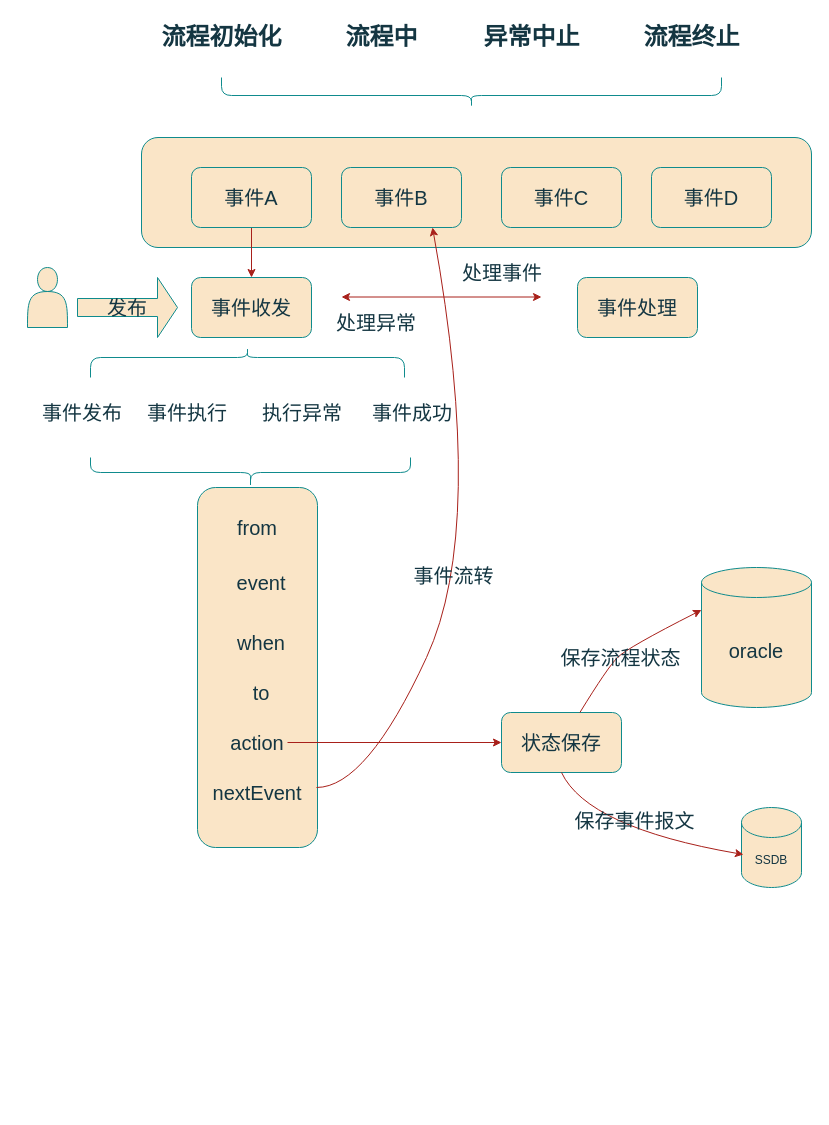
Above: page "状态机流程图" (3 of 4) of 事件总线原理图.drawio in java-zengguang/images (draw.io), before the change. Source tidied: cells renumbered, new cells numbered last; positions are measured from the earlier drawing's top-left corner, leaving out a move shared by most shapes. Both pictures are drawn from the tidied source at 100%, with x=0, y=0 at pixel (27, 17).
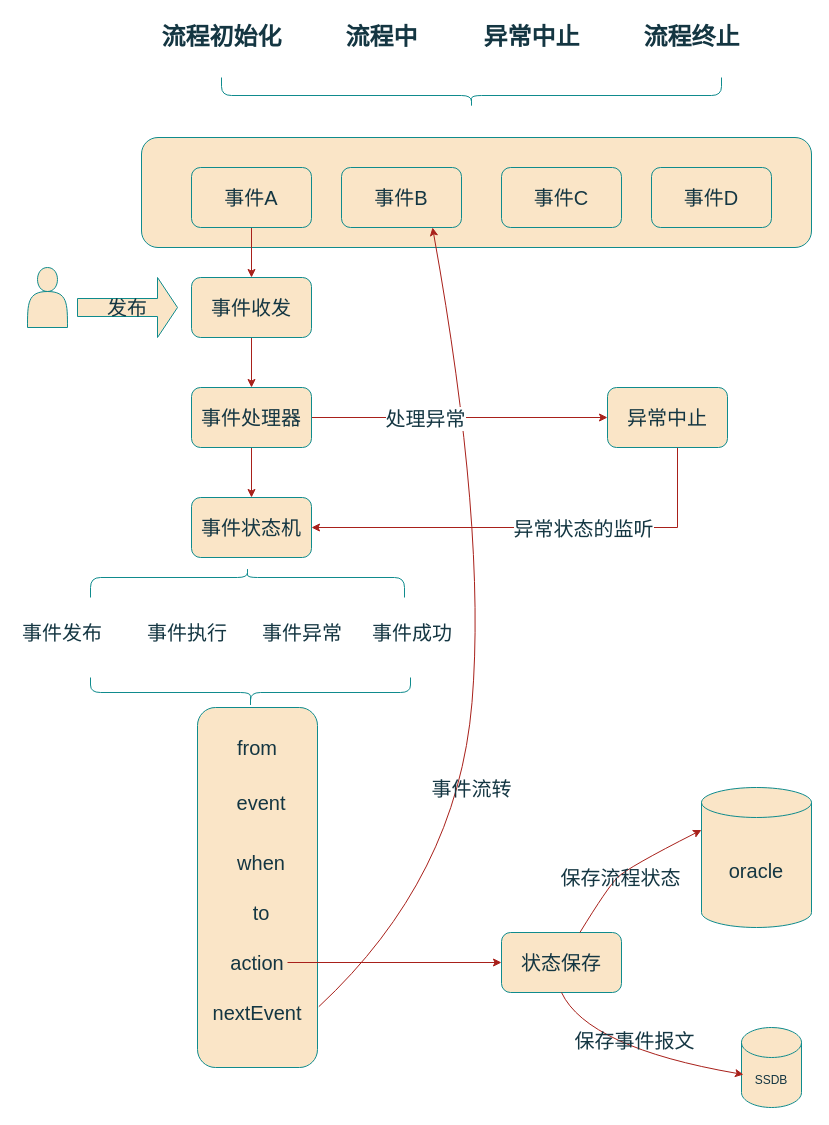
Above is the later version.

Commit message (it also covers changes not shown here):
更新事件总线原理图.drawio

The change refers to these unchanged cells:
```xml
<mxCell id="30" value="&lt;font style=&quot;font-size: 20px;&quot;&gt;事件收发&lt;/font&gt;" style="rounded=1;whiteSpace=wrap;html=1;labelBackgroundColor=none;fillColor=#FAE5C7;strokeColor=#0F8B8D;fontColor=#143642;" parent="1" vertex="1">
  <mxGeometry x="164" y="260" width="120" height="60" as="geometry" />
</mxCell>
```

The edit, as a diff of the source:
```diff
@@
     <mxCell id="13" style="shape=curlyBracket;whiteSpace=wrap;html=1;rounded=1;flipH=1;labelPosition=right;verticalLabelPosition=middle;align=left;verticalAlign=middle;direction=south;size=0.3333333333333333;labelBackgroundColor=none;fillColor=#FAE5C7;strokeColor=#0F8B8D;fontColor=#143642;" parent="1" vertex="1">
-      <mxGeometry x="63" y="330" width="314" height="30" as="geometry" />
+      <mxGeometry x="63" y="550" width="314" height="30" as="geometry" />
     </mxCell>
     <mxCell id="14" value="&lt;font style=&quot;font-size: 20px;&quot;&gt;事件发布&lt;/font&gt;" style="text;html=1;align=center;verticalAlign=middle;whiteSpace=wrap;rounded=0;labelBackgroundColor=none;fontColor=#143642;" parent="1" vertex="1">
-      <mxGeometry x="10" y="380" width="90" height="30" as="geometry" />
+      <mxGeometry x="-10" y="600" width="90" height="30" as="geometry" />
     </mxCell>
     <mxCell id="15" value="&lt;font style=&quot;font-size: 20px;&quot;&gt;事件执行&lt;/font&gt;" style="text;html=1;align=center;verticalAlign=middle;whiteSpace=wrap;rounded=0;labelBackgroundColor=none;fontColor=#143642;" parent="1" vertex="1">
-      <mxGeometry x="115" y="380" width="90" height="30" as="geometry" />
+      <mxGeometry x="115" y="600" width="90" height="30" as="geometry" />
     </mxCell>
-    <mxCell id="16" value="&lt;font style=&quot;font-size: 20px;&quot;&gt;执行异常&lt;/font&gt;" style="text;html=1;align=center;verticalAlign=middle;whiteSpace=wrap;rounded=0;labelBackgroundColor=none;fontColor=#143642;" parent="1" vertex="1">
-      <mxGeometry x="230" y="380" width="90" height="30" as="geometry" />
+    <mxCell id="16" value="&lt;font style=&quot;font-size: 20px;&quot;&gt;事件异常&lt;/font&gt;" style="text;html=1;align=center;verticalAlign=middle;whiteSpace=wrap;rounded=0;labelBackgroundColor=none;fontColor=#143642;" parent="1" vertex="1">
+      <mxGeometry x="230" y="600" width="90" height="30" as="geometry" />
     </mxCell>
     <mxCell id="17" value="&lt;font style=&quot;font-size: 20px;&quot;&gt;事件成功&lt;/font&gt;" style="text;html=1;align=center;verticalAlign=middle;whiteSpace=wrap;rounded=0;labelBackgroundColor=none;fontColor=#143642;" parent="1" vertex="1">
-      <mxGeometry x="340" y="380" width="90" height="30" as="geometry" />
+      <mxGeometry x="340" y="600" width="90" height="30" as="geometry" />
     </mxCell>
-    <mxCell id="18" style="edgeStyle=orthogonalEdgeStyle;rounded=0;orthogonalLoop=1;jettySize=auto;html=1;exitX=0.5;exitY=1;exitDx=0;exitDy=0;labelBackgroundColor=none;strokeColor=#A8201A;fontColor=default;" parent="1" edge="1" source="14" target="14">
-      <mxGeometry relative="1" as="geometry" />
+    <mxCell id="18" style="edgeStyle=orthogonalEdgeStyle;rounded=0;orthogonalLoop=1;jettySize=auto;html=1;exitX=0.5;exitY=1;exitDx=0;exitDy=0;labelBackgroundColor=none;strokeColor=#A8201A;fontColor=default;" parent="1" edge="1">
+      <mxGeometry relative="1" as="geometry">
+        <mxPoint x="55" y="630" as="sourcePoint" />
+        <mxPoint x="55" y="630" as="targetPoint" />
+      </mxGeometry>
     </mxCell>
     <mxCell id="19" style="shape=curlyBracket;whiteSpace=wrap;html=1;rounded=1;flipH=1;labelPosition=right;verticalLabelPosition=middle;align=left;verticalAlign=middle;direction=north;size=0.5;labelBackgroundColor=none;fillColor=#FAE5C7;strokeColor=#0F8B8D;fontColor=#143642;" parent="1" vertex="1">
-      <mxGeometry x="63" y="440" width="320" height="30" as="geometry" />
+      <mxGeometry x="63" y="660" width="320" height="30" as="geometry" />
     </mxCell>
     <mxCell id="20" style="rounded=1;whiteSpace=wrap;html=1;labelBackgroundColor=none;fillColor=#FAE5C7;strokeColor=#0F8B8D;fontColor=#143642;" parent="1" vertex="1">
-      <mxGeometry x="170" y="470" width="120" height="360" as="geometry" />
+      <mxGeometry x="170" y="690" width="120" height="360" as="geometry" />
     </mxCell>
-    <mxCell id="21" style="curved=1;endArrow=classic;html=1;rounded=0;labelBackgroundColor=none;strokeColor=#A8201A;fontColor=default;" parent="1" edge="1">
+    <mxCell id="21" style="curved=1;endArrow=classic;html=1;rounded=0;labelBackgroundColor=none;strokeColor=#A8201A;fontColor=default;exitX=1.011;exitY=0.831;exitDx=0;exitDy=0;exitPerimeter=0;" parent="1" edge="1" source="20">
       <mxGeometry relative="1" as="geometry">
-        <mxPoint x="289" y="770" as="sourcePoint" />
         <mxPoint x="405" y="210" as="targetPoint" />
         <Array as="points">
-          <mxPoint x="339" y="770" />
+          <mxPoint x="430" y="860" />
           <mxPoint x="459" y="510" />
         </Array>
       </mxGeometry>
     </mxCell>
     <mxCell id="22" value="&lt;font style=&quot;font-size: 20px;&quot;&gt;事件流转&lt;/font&gt;" style="edgeLabel;html=1;align=center;verticalAlign=middle;labelBackgroundColor=none;fontColor=#143642;" parent="21" vertex="1">
-      <mxGeometry x="-0.13" y="10" relative="1" as="geometry" />
+      <mxGeometry x="-0.13" y="10" relative="1" as="geometry">
+        <mxPoint x="9" y="89" as="offset" />
+      </mxGeometry>
     </mxCell>
     <mxCell id="23" value="&lt;font style=&quot;font-size: 20px;&quot;&gt;from&lt;/font&gt;" style="text;html=1;align=center;verticalAlign=middle;whiteSpace=wrap;rounded=0;labelBackgroundColor=none;fontColor=#143642;" parent="1" vertex="1">
-      <mxGeometry x="200" y="495" width="60" height="30" as="geometry" />
+      <mxGeometry x="200" y="715" width="60" height="30" as="geometry" />
     </mxCell>
     <mxCell id="24" value="&lt;font style=&quot;font-size: 20px;&quot;&gt;event&lt;/font&gt;" style="text;html=1;align=center;verticalAlign=middle;whiteSpace=wrap;rounded=0;labelBackgroundColor=none;fontColor=#143642;" parent="1" vertex="1">
-      <mxGeometry x="204" y="550" width="60" height="30" as="geometry" />
+      <mxGeometry x="204" y="770" width="60" height="30" as="geometry" />
     </mxCell>
     <mxCell id="25" value="&lt;font style=&quot;font-size: 20px;&quot;&gt;when&lt;/font&gt;" style="text;html=1;align=center;verticalAlign=middle;whiteSpace=wrap;rounded=0;labelBackgroundColor=none;fontColor=#143642;" parent="1" vertex="1">
-      <mxGeometry x="204" y="610" width="60" height="30" as="geometry" />
+      <mxGeometry x="204" y="830" width="60" height="30" as="geometry" />
     </mxCell>
     <mxCell id="26" value="&lt;font style=&quot;font-size: 20px;&quot;&gt;to&lt;/font&gt;" style="text;html=1;align=center;verticalAlign=middle;whiteSpace=wrap;rounded=0;labelBackgroundColor=none;fontColor=#143642;" parent="1" vertex="1">
-      <mxGeometry x="204" y="660" width="60" height="30" as="geometry" />
+      <mxGeometry x="204" y="880" width="60" height="30" as="geometry" />
     </mxCell>
@@
     <mxCell id="28" value="&lt;font style=&quot;font-size: 20px;&quot;&gt;action&lt;/font&gt;" style="text;html=1;align=center;verticalAlign=middle;whiteSpace=wrap;rounded=0;labelBackgroundColor=none;fontColor=#143642;" parent="1" vertex="1">
-      <mxGeometry x="200" y="710" width="60" height="30" as="geometry" />
+      <mxGeometry x="200" y="930" width="60" height="30" as="geometry" />
     </mxCell>
     <mxCell id="29" value="&lt;font style=&quot;font-size: 20px;&quot;&gt;nextEvent&lt;/font&gt;" style="text;html=1;align=center;verticalAlign=middle;whiteSpace=wrap;rounded=0;labelBackgroundColor=none;fontColor=#143642;" parent="1" vertex="1">
-      <mxGeometry x="200" y="760" width="60" height="30" as="geometry" />
+      <mxGeometry x="200" y="980" width="60" height="30" as="geometry" />
     </mxCell>
+    <mxCell id="44" style="edgeStyle=orthogonalEdgeStyle;rounded=0;jettySize=auto;html=1;strokeColor=#A8201A;fontColor=#143642;fillColor=#FAE5C7;" parent="1" edge="1" source="30" target="40">
+      <mxGeometry relative="1" as="geometry" />
+    </mxCell>
@@
     <mxCell id="31" value="&lt;font style=&quot;font-size: 20px;&quot;&gt;oracle&lt;/font&gt;" style="shape=cylinder3;whiteSpace=wrap;html=1;boundedLbl=1;backgroundOutline=1;size=15;labelBackgroundColor=none;fillColor=#FAE5C7;strokeColor=#0F8B8D;fontColor=#143642;" parent="1" vertex="1">
-      <mxGeometry x="674" y="550" width="110" height="140" as="geometry" />
+      <mxGeometry x="674" y="770" width="110" height="140" as="geometry" />
     </mxCell>
     <mxCell id="32" value="SSDB" style="shape=cylinder3;whiteSpace=wrap;html=1;boundedLbl=1;backgroundOutline=1;size=15;labelBackgroundColor=none;fillColor=#FAE5C7;strokeColor=#0F8B8D;fontColor=#143642;" parent="1" vertex="1">
-      <mxGeometry x="714" y="790" width="60" height="80" as="geometry" />
+      <mxGeometry x="714" y="1010" width="60" height="80" as="geometry" />
     </mxCell>
     <mxCell id="33" value="&lt;font style=&quot;font-size: 20px;&quot;&gt;状态保存&lt;/font&gt;" style="rounded=1;whiteSpace=wrap;html=1;labelBackgroundColor=none;fillColor=#FAE5C7;strokeColor=#0F8B8D;fontColor=#143642;" parent="1" vertex="1">
-      <mxGeometry x="474" y="695" width="120" height="60" as="geometry" />
+      <mxGeometry x="474" y="915" width="120" height="60" as="geometry" />
     </mxCell>
     <mxCell id="34" style="curved=1;endArrow=classic;html=1;rounded=0;entryX=0;entryY=0;entryDx=0;entryDy=42.5;entryPerimeter=0;labelBackgroundColor=none;strokeColor=#A8201A;fontColor=default;" parent="1" edge="1" source="33" target="31">
       <mxGeometry relative="1" as="geometry">
         <Array as="points">
-          <mxPoint x="580" y="650" />
-          <mxPoint x="600" y="630" />
+          <mxPoint x="580" y="870" />
+          <mxPoint x="600" y="850" />
         </Array>
       </mxGeometry>
     </mxCell>
@@
     <mxCell id="36" style="curved=1;endArrow=classic;html=1;rounded=0;exitX=0.5;exitY=1;exitDx=0;exitDy=0;entryX=0.033;entryY=0.588;entryDx=0;entryDy=0;entryPerimeter=0;labelBackgroundColor=none;strokeColor=#A8201A;fontColor=default;" parent="1" edge="1" source="33" target="32">
       <mxGeometry relative="1" as="geometry">
         <Array as="points">
-          <mxPoint x="560" y="810" />
+          <mxPoint x="560" y="1030" />
         </Array>
       </mxGeometry>
     </mxCell>
@@
+    <mxCell id="45" style="edgeStyle=orthogonalEdgeStyle;rounded=0;jettySize=auto;html=1;strokeColor=#A8201A;fontColor=#143642;fillColor=#FAE5C7;" parent="1" edge="1" source="40" target="47">
+      <mxGeometry relative="1" as="geometry" />
+    </mxCell>
+    <mxCell id="46" style="edgeStyle=orthogonalEdgeStyle;rounded=0;jettySize=auto;html=1;strokeColor=#A8201A;fontColor=#143642;fillColor=#FAE5C7;entryX=0;entryY=0.5;entryDx=0;entryDy=0;" parent="1" edge="1" source="40" target="50">
+      <mxGeometry relative="1" as="geometry" />
+    </mxCell>
+    <mxCell id="43" value="&lt;font style=&quot;font-size: 20px;&quot;&gt;处理异常&lt;/font&gt;" style="edgeLabel;html=1;align=center;verticalAlign=middle;strokeColor=#0F8B8D;fontColor=#143642;fillColor=#FAE5C7;" parent="46" vertex="1">
+      <mxGeometry x="-0.15" y="-6" relative="1" as="geometry">
+        <mxPoint x="-13" y="-6" as="offset" />
+      </mxGeometry>
+    </mxCell>
-    <mxCell id="40" value="&lt;font style=&quot;font-size: 20px;&quot;&gt;事件处理&lt;/font&gt;" style="rounded=1;whiteSpace=wrap;html=1;labelBackgroundColor=none;fillColor=#FAE5C7;strokeColor=#0F8B8D;fontColor=#143642;" parent="1" vertex="1">
-      <mxGeometry x="550" y="260" width="120" height="60" as="geometry" />
+    <mxCell id="40" value="&lt;font style=&quot;font-size: 20px;&quot;&gt;事件处理器&lt;/font&gt;" style="rounded=1;whiteSpace=wrap;html=1;labelBackgroundColor=none;fillColor=#FAE5C7;strokeColor=#0F8B8D;fontColor=#143642;" parent="1" vertex="1">
+      <mxGeometry x="164" y="370" width="120" height="60" as="geometry" />
     </mxCell>
-    <mxCell id="41" style="endArrow=classic;startArrow=classic;html=1;rounded=0;labelBackgroundColor=none;strokeColor=#A8201A;fontColor=default;" parent="1" edge="1">
-      <mxGeometry relative="1" as="geometry">
-        <mxPoint x="314" y="279.5" as="sourcePoint" />
-        <mxPoint x="514" y="279.5" as="targetPoint" />
-      </mxGeometry>
-    </mxCell>
-    <mxCell id="42" value="&lt;font style=&quot;font-size: 20px;&quot;&gt;处理事件&lt;/font&gt;" style="text;html=1;align=center;verticalAlign=middle;whiteSpace=wrap;rounded=0;labelBackgroundColor=none;fontColor=#143642;" parent="1" vertex="1">
-      <mxGeometry x="430" y="240" width="90" height="30" as="geometry" />
-    </mxCell>
-    <mxCell id="43" value="&lt;font style=&quot;font-size: 20px;&quot;&gt;处理异常&lt;/font&gt;" style="text;html=1;align=center;verticalAlign=middle;whiteSpace=wrap;rounded=0;labelBackgroundColor=none;fontColor=#143642;" parent="1" vertex="1">
-      <mxGeometry x="304" y="290" width="90" height="30" as="geometry" />
-    </mxCell>
+    <mxCell id="47" value="&lt;font style=&quot;font-size: 20px;&quot;&gt;事件状态机&lt;/font&gt;" style="rounded=1;whiteSpace=wrap;html=1;labelBackgroundColor=none;fillColor=#FAE5C7;strokeColor=#0F8B8D;fontColor=#143642;" parent="1" vertex="1">
+      <mxGeometry x="164" y="480" width="120" height="60" as="geometry" />
+    </mxCell>
+    <mxCell id="48" style="edgeStyle=orthogonalEdgeStyle;rounded=0;jettySize=auto;html=1;entryX=1;entryY=0.5;entryDx=0;entryDy=0;strokeColor=#A8201A;fontColor=#143642;fillColor=#FAE5C7;" parent="1" edge="1" source="50" target="47">
+      <mxGeometry relative="1" as="geometry">
+        <Array as="points">
+          <mxPoint x="650" y="510" />
+        </Array>
+      </mxGeometry>
+    </mxCell>
+    <mxCell id="49" value="&lt;font style=&quot;font-size: 20px;&quot;&gt;异常状态的监听&lt;/font&gt;" style="edgeLabel;html=1;align=center;verticalAlign=middle;strokeColor=#0F8B8D;fontColor=#143642;fillColor=#FAE5C7;" parent="48" vertex="1">
+      <mxGeometry x="0.11" y="4" relative="1" as="geometry">
+        <mxPoint x="73" y="-4" as="offset" />
+      </mxGeometry>
+    </mxCell>
+    <mxCell id="50" value="&lt;font style=&quot;font-size: 20px;&quot;&gt;异常中止&lt;/font&gt;" style="rounded=1;whiteSpace=wrap;html=1;strokeColor=#0F8B8D;fontColor=#143642;fillColor=#FAE5C7;" parent="1" vertex="1">
+      <mxGeometry x="580" y="370" width="120" height="60" as="geometry" />
+    </mxCell>
```
